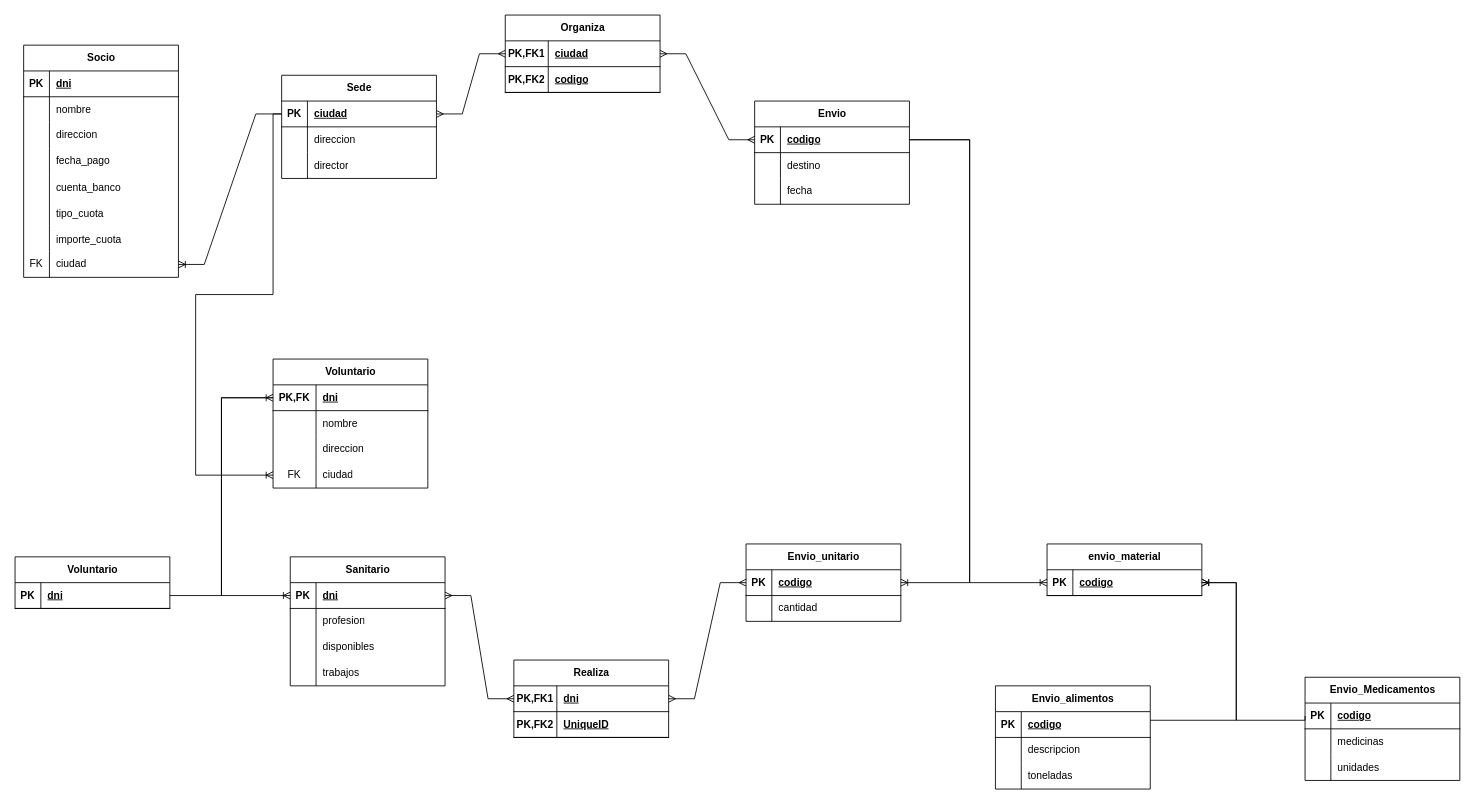
This is tema7/Ejercicios/Ejercicio7.drawio from Fjalc99/base_de_datos, a draw.io file, before an edit. Source tidied: cells renumbered, new cells numbered last; positions are measured from the earlier drawing's top-left corner, leaving out a move shared by most shapes. Both pictures are drawn from the tidied source at 86%, with x=0, y=0 at pixel (15, 15).
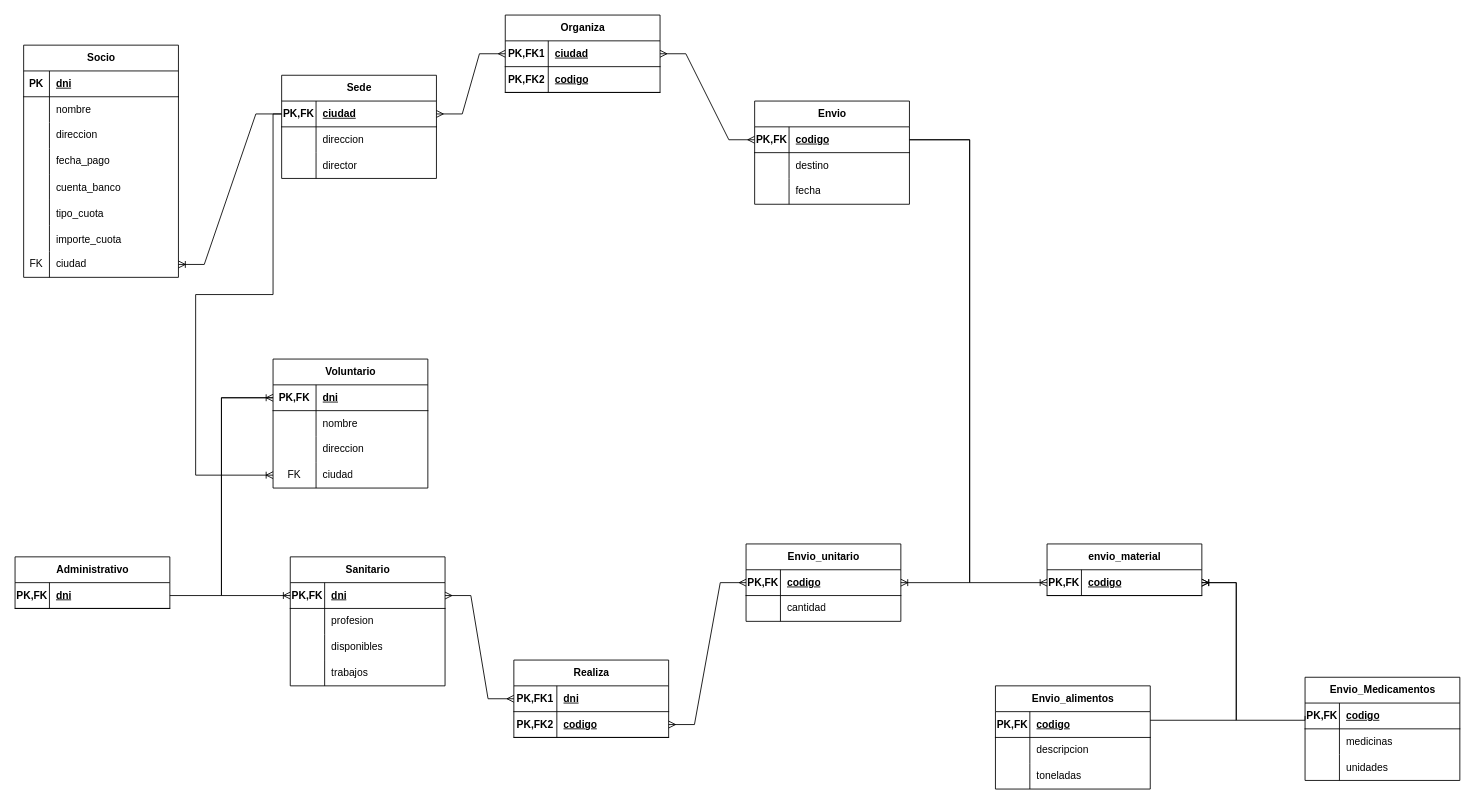
The same diagram, later.

Unchanged cells that the change refers to:
```xml
<mxCell id="3" style="shape=tableRow;horizontal=0;startSize=0;swimlaneHead=0;swimlaneBody=0;fillColor=none;points=[[0,0.5],[1,0.5]];portConstraint=eastwest;top=0;left=0;right=0;bottom=1;" parent="2" vertex="1">
  <mxGeometry y="30" width="180" height="30" as="geometry" />
</mxCell>
<mxCell id="6" style="shape=tableRow;horizontal=0;startSize=0;swimlaneHead=0;swimlaneBody=0;fillColor=none;top=0;left=0;right=0;bottom=0;" parent="2" vertex="1">
  <mxGeometry y="60" width="180" height="30" as="geometry" />
</mxCell>
<mxCell id="9" style="shape=tableRow;horizontal=0;startSize=0;swimlaneHead=0;swimlaneBody=0;fillColor=none;top=0;left=0;right=0;bottom=0;" parent="2" vertex="1">
  <mxGeometry y="90" width="180" height="30" as="geometry" />
</mxCell>
<mxCell id="38" style="shape=tableRow;horizontal=0;startSize=0;swimlaneHead=0;swimlaneBody=0;fillColor=none;points=[[0,0.5],[1,0.5]];portConstraint=eastwest;top=0;left=0;right=0;bottom=1;" parent="37" vertex="1">
  <mxGeometry y="30" width="180" height="30" as="geometry" />
</mxCell>
<mxCell id="41" style="shape=tableRow;horizontal=0;startSize=0;swimlaneHead=0;swimlaneBody=0;fillColor=none;top=0;left=0;right=0;bottom=0;" parent="37" vertex="1">
  <mxGeometry y="60" width="180" height="30" as="geometry" />
</mxCell>
<mxCell id="44" style="shape=tableRow;horizontal=0;startSize=0;swimlaneHead=0;swimlaneBody=0;fillColor=none;top=0;left=0;right=0;bottom=0;" parent="37" vertex="1">
  <mxGeometry y="90" width="180" height="30" as="geometry" />
</mxCell>
<mxCell id="55" style="shape=tableRow;horizontal=0;startSize=0;swimlaneHead=0;swimlaneBody=0;fillColor=none;points=[[0,0.5],[1,0.5]];portConstraint=eastwest;top=0;left=0;right=0;bottom=1;" parent="54" vertex="1">
  <mxGeometry y="30" width="180" height="30" as="geometry" />
</mxCell>
<mxCell id="58" style="shape=tableRow;horizontal=0;startSize=0;swimlaneHead=0;swimlaneBody=0;fillColor=none;top=0;left=0;right=0;bottom=0;" parent="54" vertex="1">
  <mxGeometry y="60" width="180" height="30" as="geometry" />
</mxCell>
<mxCell id="62" style="shape=tableRow;horizontal=0;startSize=0;swimlaneHead=0;swimlaneBody=0;fillColor=none;points=[[0,0.5],[1,0.5]];portConstraint=eastwest;top=0;left=0;right=0;bottom=1;" parent="61" vertex="1">
  <mxGeometry y="30" width="180" height="30" as="geometry" />
</mxCell>
<mxCell id="79" style="shape=tableRow;horizontal=0;startSize=0;swimlaneHead=0;swimlaneBody=0;fillColor=none;points=[[0,0.5],[1,0.5]];portConstraint=eastwest;top=0;left=0;right=0;bottom=1;" parent="78" vertex="1">
  <mxGeometry y="30" width="180" height="30" as="geometry" />
</mxCell>
<mxCell id="82" style="shape=tableRow;horizontal=0;startSize=0;swimlaneHead=0;swimlaneBody=0;fillColor=none;top=0;left=0;right=0;bottom=0;" parent="78" vertex="1">
  <mxGeometry y="60" width="180" height="30" as="geometry" />
</mxCell>
<mxCell id="85" style="shape=tableRow;horizontal=0;startSize=0;swimlaneHead=0;swimlaneBody=0;fillColor=none;top=0;left=0;right=0;bottom=0;" parent="78" vertex="1">
  <mxGeometry y="90" width="180" height="30" as="geometry" />
</mxCell>
<mxCell id="88" style="shape=tableRow;horizontal=0;startSize=0;swimlaneHead=0;swimlaneBody=0;fillColor=none;top=0;left=0;right=0;bottom=0;" parent="78" vertex="1">
  <mxGeometry y="120" width="180" height="30" as="geometry" />
</mxCell>
<mxCell id="92" style="shape=tableRow;horizontal=0;startSize=0;swimlaneHead=0;swimlaneBody=0;fillColor=none;points=[[0,0.5],[1,0.5]];portConstraint=eastwest;top=0;left=0;right=0;bottom=1;" parent="91" vertex="1">
  <mxGeometry y="30" width="180" height="30" as="geometry" />
</mxCell>
<mxCell id="95" style="shape=tableRow;horizontal=0;startSize=0;swimlaneHead=0;swimlaneBody=0;fillColor=none;points=[[0,0.5],[1,0.5]];portConstraint=eastwest;top=0;left=0;right=0;bottom=1;" parent="91" vertex="1">
  <mxGeometry y="60" width="180" height="30" as="geometry" />
</mxCell>
<mxCell id="108" style="shape=tableRow;horizontal=0;startSize=0;swimlaneHead=0;swimlaneBody=0;fillColor=none;points=[[0,0.5],[1,0.5]];portConstraint=eastwest;top=0;left=0;right=0;bottom=1;" parent="107" vertex="1">
  <mxGeometry y="30" width="180" height="30" as="geometry" />
</mxCell>
<mxCell id="113" style="shape=tableRow;horizontal=0;startSize=0;swimlaneHead=0;swimlaneBody=0;fillColor=none;points=[[0,0.5],[1,0.5]];portConstraint=eastwest;top=0;left=0;right=0;bottom=1;" parent="112" vertex="1">
  <mxGeometry y="30" width="180" height="30" as="geometry" />
</mxCell>
<mxCell id="116" style="shape=tableRow;horizontal=0;startSize=0;swimlaneHead=0;swimlaneBody=0;fillColor=none;top=0;left=0;right=0;bottom=0;" parent="112" vertex="1">
  <mxGeometry y="60" width="180" height="30" as="geometry" />
</mxCell>
<mxCell id="119" style="shape=tableRow;horizontal=0;startSize=0;swimlaneHead=0;swimlaneBody=0;fillColor=none;top=0;left=0;right=0;bottom=0;" parent="112" vertex="1">
  <mxGeometry y="90" width="180" height="30" as="geometry" />
</mxCell>
<mxCell id="123" style="shape=tableRow;horizontal=0;startSize=0;swimlaneHead=0;swimlaneBody=0;fillColor=none;points=[[0,0.5],[1,0.5]];portConstraint=eastwest;top=0;left=0;right=0;bottom=1;" parent="122" vertex="1">
  <mxGeometry y="30" width="180" height="30" as="geometry" />
</mxCell>
<mxCell id="126" style="shape=tableRow;horizontal=0;startSize=0;swimlaneHead=0;swimlaneBody=0;fillColor=none;top=0;left=0;right=0;bottom=0;" parent="122" vertex="1">
  <mxGeometry y="60" width="180" height="30" as="geometry" />
</mxCell>
<mxCell id="129" style="shape=tableRow;horizontal=0;startSize=0;swimlaneHead=0;swimlaneBody=0;fillColor=none;top=0;left=0;right=0;bottom=0;" parent="122" vertex="1">
  <mxGeometry y="90" width="180" height="30" as="geometry" />
</mxCell>
```

What changed in the source:
```diff
@@
-    <mxCell id="4" value="PK" style="shape=partialRectangle;fillColor=none;top=0;left=0;bottom=0;right=0;fontStyle=1;overflow=hidden;whiteSpace=wrap;html=1;" parent="3" vertex="1">
-      <mxGeometry width="30" height="30" as="geometry" />
+    <mxCell id="4" value="PK,FK" style="shape=partialRectangle;fillColor=none;top=0;left=0;bottom=0;right=0;fontStyle=1;overflow=hidden;whiteSpace=wrap;html=1;" parent="3" vertex="1">
+      <mxGeometry width="40" height="30" as="geometry" />
     </mxCell>
     <mxCell id="5" value="ciudad" style="shape=partialRectangle;fillColor=none;top=0;left=0;bottom=0;right=0;align=left;spacingLeft=6;fontStyle=5;overflow=hidden;whiteSpace=wrap;html=1;" parent="3" vertex="1">
-      <mxGeometry x="30" width="150" height="30" as="geometry" />
+      <mxGeometry x="40" width="140" height="30" as="geometry" />
     </mxCell>
@@
     <mxCell id="7" style="shape=partialRectangle;fillColor=none;top=0;left=0;bottom=0;right=0;overflow=hidden;whiteSpace=wrap;html=1;" parent="6" vertex="1">
-      <mxGeometry width="30" height="30" as="geometry" />
+      <mxGeometry width="40" height="30" as="geometry" />
     </mxCell>
     <mxCell id="8" value="direccion" style="shape=partialRectangle;fillColor=none;top=0;left=0;bottom=0;right=0;align=left;spacingLeft=6;overflow=hidden;whiteSpace=wrap;html=1;" parent="6" vertex="1">
-      <mxGeometry x="30" width="150" height="30" as="geometry" />
+      <mxGeometry x="40" width="140" height="30" as="geometry" />
     </mxCell>
@@
     <mxCell id="10" style="shape=partialRectangle;fillColor=none;top=0;left=0;bottom=0;right=0;overflow=hidden;whiteSpace=wrap;html=1;" parent="9" vertex="1">
-      <mxGeometry width="30" height="30" as="geometry" />
+      <mxGeometry width="40" height="30" as="geometry" />
     </mxCell>
     <mxCell id="11" value="director" style="shape=partialRectangle;fillColor=none;top=0;left=0;bottom=0;right=0;align=left;spacingLeft=6;overflow=hidden;whiteSpace=wrap;html=1;" parent="9" vertex="1">
-      <mxGeometry x="30" width="150" height="30" as="geometry" />
+      <mxGeometry x="40" width="140" height="30" as="geometry" />
     </mxCell>
@@
-    <mxCell id="39" value="PK" style="shape=partialRectangle;fillColor=none;top=0;left=0;bottom=0;right=0;fontStyle=1;overflow=hidden;whiteSpace=wrap;html=1;" parent="38" vertex="1">
-      <mxGeometry width="30" height="30" as="geometry" />
+    <mxCell id="39" value="PK,FK" style="shape=partialRectangle;fillColor=none;top=0;left=0;bottom=0;right=0;fontStyle=1;overflow=hidden;whiteSpace=wrap;html=1;" parent="38" vertex="1">
+      <mxGeometry width="40" height="30" as="geometry" />
     </mxCell>
     <mxCell id="40" value="codigo" style="shape=partialRectangle;fillColor=none;top=0;left=0;bottom=0;right=0;align=left;spacingLeft=6;fontStyle=5;overflow=hidden;whiteSpace=wrap;html=1;" parent="38" vertex="1">
-      <mxGeometry x="30" width="150" height="30" as="geometry" />
+      <mxGeometry x="40" width="140" height="30" as="geometry" />
     </mxCell>
@@
     <mxCell id="42" style="shape=partialRectangle;fillColor=none;top=0;left=0;bottom=0;right=0;overflow=hidden;whiteSpace=wrap;html=1;" parent="41" vertex="1">
-      <mxGeometry width="30" height="30" as="geometry" />
+      <mxGeometry width="40" height="30" as="geometry" />
     </mxCell>
     <mxCell id="43" value="destino" style="shape=partialRectangle;fillColor=none;top=0;left=0;bottom=0;right=0;align=left;spacingLeft=6;overflow=hidden;whiteSpace=wrap;html=1;" parent="41" vertex="1">
-      <mxGeometry x="30" width="150" height="30" as="geometry" />
+      <mxGeometry x="40" width="140" height="30" as="geometry" />
     </mxCell>
@@
     <mxCell id="45" style="shape=partialRectangle;fillColor=none;top=0;left=0;bottom=0;right=0;overflow=hidden;whiteSpace=wrap;html=1;" parent="44" vertex="1">
-      <mxGeometry width="30" height="30" as="geometry" />
+      <mxGeometry width="40" height="30" as="geometry" />
     </mxCell>
     <mxCell id="46" value="fecha" style="shape=partialRectangle;fillColor=none;top=0;left=0;bottom=0;right=0;align=left;spacingLeft=6;overflow=hidden;whiteSpace=wrap;html=1;" parent="44" vertex="1">
-      <mxGeometry x="30" width="150" height="30" as="geometry" />
+      <mxGeometry x="40" width="140" height="30" as="geometry" />
     </mxCell>
@@
-    <mxCell id="56" value="PK" style="shape=partialRectangle;fillColor=none;top=0;left=0;bottom=0;right=0;fontStyle=1;overflow=hidden;whiteSpace=wrap;html=1;" parent="55" vertex="1">
-      <mxGeometry width="30" height="30" as="geometry" />
+    <mxCell id="56" value="PK,FK" style="shape=partialRectangle;fillColor=none;top=0;left=0;bottom=0;right=0;fontStyle=1;overflow=hidden;whiteSpace=wrap;html=1;" parent="55" vertex="1">
+      <mxGeometry width="40" height="30" as="geometry" />
     </mxCell>
     <mxCell id="57" value="codigo" style="shape=partialRectangle;fillColor=none;top=0;left=0;bottom=0;right=0;align=left;spacingLeft=6;fontStyle=5;overflow=hidden;whiteSpace=wrap;html=1;" parent="55" vertex="1">
-      <mxGeometry x="30" width="150" height="30" as="geometry" />
+      <mxGeometry x="40" width="140" height="30" as="geometry" />
     </mxCell>
@@
     <mxCell id="59" style="shape=partialRectangle;fillColor=none;top=0;left=0;bottom=0;right=0;overflow=hidden;whiteSpace=wrap;html=1;" parent="58" vertex="1">
-      <mxGeometry width="30" height="30" as="geometry" />
+      <mxGeometry width="40" height="30" as="geometry" />
     </mxCell>
     <mxCell id="60" value="cantidad" style="shape=partialRectangle;fillColor=none;top=0;left=0;bottom=0;right=0;align=left;spacingLeft=6;overflow=hidden;whiteSpace=wrap;html=1;" parent="58" vertex="1">
-      <mxGeometry x="30" width="150" height="30" as="geometry" />
+      <mxGeometry x="40" width="140" height="30" as="geometry" />
     </mxCell>
-    <mxCell id="61" value="Voluntario" style="shape=table;startSize=30;childLayout=tableLayout;rowLines=0;fontStyle=1;align=center;html=1;" parent="1" vertex="1">
+    <mxCell id="61" value="Administrativo" style="shape=table;startSize=30;childLayout=tableLayout;rowLines=0;fontStyle=1;align=center;html=1;" parent="1" vertex="1">
       <mxGeometry y="630" width="180" height="60" as="geometry" />
     </mxCell>
@@
-    <mxCell id="63" value="PK" style="shape=partialRectangle;fillColor=none;top=0;left=0;bottom=0;right=0;fontStyle=1;overflow=hidden;whiteSpace=wrap;html=1;" parent="62" vertex="1">
-      <mxGeometry width="30" height="30" as="geometry" />
+    <mxCell id="63" value="PK,FK" style="shape=partialRectangle;fillColor=none;top=0;left=0;bottom=0;right=0;fontStyle=1;overflow=hidden;whiteSpace=wrap;html=1;" parent="62" vertex="1">
+      <mxGeometry width="40" height="30" as="geometry" />
     </mxCell>
     <mxCell id="64" value="dni" style="shape=partialRectangle;fillColor=none;top=0;left=0;bottom=0;right=0;align=left;spacingLeft=6;fontStyle=5;overflow=hidden;whiteSpace=wrap;html=1;" parent="62" vertex="1">
-      <mxGeometry x="30" width="150" height="30" as="geometry" />
+      <mxGeometry x="40" width="140" height="30" as="geometry" />
     </mxCell>
@@
-    <mxCell id="80" value="PK" style="shape=partialRectangle;fillColor=none;top=0;left=0;bottom=0;right=0;fontStyle=1;overflow=hidden;whiteSpace=wrap;html=1;" parent="79" vertex="1">
-      <mxGeometry width="30" height="30" as="geometry" />
+    <mxCell id="80" value="PK,FK" style="shape=partialRectangle;fillColor=none;top=0;left=0;bottom=0;right=0;fontStyle=1;overflow=hidden;whiteSpace=wrap;html=1;" parent="79" vertex="1">
+      <mxGeometry width="40" height="30" as="geometry" />
     </mxCell>
     <mxCell id="81" value="dni" style="shape=partialRectangle;fillColor=none;top=0;left=0;bottom=0;right=0;align=left;spacingLeft=6;fontStyle=5;overflow=hidden;whiteSpace=wrap;html=1;" parent="79" vertex="1">
-      <mxGeometry x="30" width="150" height="30" as="geometry" />
+      <mxGeometry x="40" width="140" height="30" as="geometry" />
     </mxCell>
@@
     <mxCell id="83" style="shape=partialRectangle;fillColor=none;top=0;left=0;bottom=0;right=0;overflow=hidden;whiteSpace=wrap;html=1;" parent="82" vertex="1">
-      <mxGeometry width="30" height="30" as="geometry" />
+      <mxGeometry width="40" height="30" as="geometry" />
     </mxCell>
     <mxCell id="84" value="profesion" style="shape=partialRectangle;fillColor=none;top=0;left=0;bottom=0;right=0;align=left;spacingLeft=6;overflow=hidden;whiteSpace=wrap;html=1;" parent="82" vertex="1">
-      <mxGeometry x="30" width="150" height="30" as="geometry" />
+      <mxGeometry x="40" width="140" height="30" as="geometry" />
     </mxCell>
@@
     <mxCell id="86" style="shape=partialRectangle;fillColor=none;top=0;left=0;bottom=0;right=0;overflow=hidden;whiteSpace=wrap;html=1;" parent="85" vertex="1">
-      <mxGeometry width="30" height="30" as="geometry" />
+      <mxGeometry width="40" height="30" as="geometry" />
     </mxCell>
     <mxCell id="87" value="disponibles" style="shape=partialRectangle;fillColor=none;top=0;left=0;bottom=0;right=0;align=left;spacingLeft=6;overflow=hidden;whiteSpace=wrap;html=1;" parent="85" vertex="1">
-      <mxGeometry x="30" width="150" height="30" as="geometry" />
+      <mxGeometry x="40" width="140" height="30" as="geometry" />
     </mxCell>
@@
     <mxCell id="89" style="shape=partialRectangle;fillColor=none;top=0;left=0;bottom=0;right=0;overflow=hidden;whiteSpace=wrap;html=1;" parent="88" vertex="1">
-      <mxGeometry width="30" height="30" as="geometry" />
+      <mxGeometry width="40" height="30" as="geometry" />
     </mxCell>
     <mxCell id="90" value="trabajos" style="shape=partialRectangle;fillColor=none;top=0;left=0;bottom=0;right=0;align=left;spacingLeft=6;overflow=hidden;whiteSpace=wrap;html=1;" parent="88" vertex="1">
-      <mxGeometry x="30" width="150" height="30" as="geometry" />
+      <mxGeometry x="40" width="140" height="30" as="geometry" />
     </mxCell>
@@
-    <mxCell id="97" value="UniqueID" style="shape=partialRectangle;fillColor=none;top=0;left=0;bottom=0;right=0;align=left;spacingLeft=6;fontStyle=5;overflow=hidden;whiteSpace=wrap;html=1;" parent="95" vertex="1">
+    <mxCell id="97" value="codigo" style="shape=partialRectangle;fillColor=none;top=0;left=0;bottom=0;right=0;align=left;spacingLeft=6;fontStyle=5;overflow=hidden;whiteSpace=wrap;html=1;" parent="95" vertex="1">
       <mxGeometry x="50" width="130" height="30" as="geometry" />
     </mxCell>
@@
-    <mxCell id="105" style="edgeStyle=entityRelationEdgeStyle;fontSize=12;html=1;endArrow=ERmany;startArrow=ERmany;rounded=0;" parent="1" edge="1" source="92" target="55">
+    <mxCell id="105" style="edgeStyle=entityRelationEdgeStyle;fontSize=12;html=1;endArrow=ERmany;startArrow=ERmany;rounded=0;" parent="1" edge="1" source="95" target="55">
       <mxGeometry relative="1" as="geometry" />
     </mxCell>
@@
-    <mxCell id="109" value="PK" style="shape=partialRectangle;fillColor=none;top=0;left=0;bottom=0;right=0;fontStyle=1;overflow=hidden;whiteSpace=wrap;html=1;" parent="108" vertex="1">
-      <mxGeometry width="30" height="30" as="geometry" />
+    <mxCell id="109" value="PK,FK" style="shape=partialRectangle;fillColor=none;top=0;left=0;bottom=0;right=0;fontStyle=1;overflow=hidden;whiteSpace=wrap;html=1;" parent="108" vertex="1">
+      <mxGeometry width="40" height="30" as="geometry" />
     </mxCell>
     <mxCell id="110" value="codigo" style="shape=partialRectangle;fillColor=none;top=0;left=0;bottom=0;right=0;align=left;spacingLeft=6;fontStyle=5;overflow=hidden;whiteSpace=wrap;html=1;" parent="108" vertex="1">
-      <mxGeometry x="30" width="150" height="30" as="geometry" />
+      <mxGeometry x="40" width="140" height="30" as="geometry" />
     </mxCell>
@@
-    <mxCell id="114" value="PK" style="shape=partialRectangle;fillColor=none;top=0;left=0;bottom=0;right=0;fontStyle=1;overflow=hidden;whiteSpace=wrap;html=1;" parent="113" vertex="1">
-      <mxGeometry width="30" height="30" as="geometry" />
+    <mxCell id="114" value="PK,FK" style="shape=partialRectangle;fillColor=none;top=0;left=0;bottom=0;right=0;fontStyle=1;overflow=hidden;whiteSpace=wrap;html=1;" parent="113" vertex="1">
+      <mxGeometry width="40" height="30" as="geometry" />
     </mxCell>
     <mxCell id="115" value="codigo" style="shape=partialRectangle;fillColor=none;top=0;left=0;bottom=0;right=0;align=left;spacingLeft=6;fontStyle=5;overflow=hidden;whiteSpace=wrap;html=1;" parent="113" vertex="1">
-      <mxGeometry x="30" width="150" height="30" as="geometry" />
+      <mxGeometry x="40" width="140" height="30" as="geometry" />
     </mxCell>
@@
     <mxCell id="117" style="shape=partialRectangle;fillColor=none;top=0;left=0;bottom=0;right=0;overflow=hidden;whiteSpace=wrap;html=1;" parent="116" vertex="1">
-      <mxGeometry width="30" height="30" as="geometry" />
+      <mxGeometry width="40" height="30" as="geometry" />
     </mxCell>
     <mxCell id="118" value="descripcion" style="shape=partialRectangle;fillColor=none;top=0;left=0;bottom=0;right=0;align=left;spacingLeft=6;overflow=hidden;whiteSpace=wrap;html=1;" parent="116" vertex="1">
-      <mxGeometry x="30" width="150" height="30" as="geometry" />
+      <mxGeometry x="40" width="140" height="30" as="geometry" />
     </mxCell>
@@
     <mxCell id="120" style="shape=partialRectangle;fillColor=none;top=0;left=0;bottom=0;right=0;overflow=hidden;whiteSpace=wrap;html=1;" parent="119" vertex="1">
-      <mxGeometry width="30" height="30" as="geometry" />
+      <mxGeometry width="40" height="30" as="geometry" />
     </mxCell>
     <mxCell id="121" value="toneladas" style="shape=partialRectangle;fillColor=none;top=0;left=0;bottom=0;right=0;align=left;spacingLeft=6;overflow=hidden;whiteSpace=wrap;html=1;" parent="119" vertex="1">
-      <mxGeometry x="30" width="150" height="30" as="geometry" />
+      <mxGeometry x="40" width="140" height="30" as="geometry" />
     </mxCell>
@@
-    <mxCell id="124" value="PK" style="shape=partialRectangle;fillColor=none;top=0;left=0;bottom=0;right=0;fontStyle=1;overflow=hidden;whiteSpace=wrap;html=1;" parent="123" vertex="1">
-      <mxGeometry width="30" height="30" as="geometry" />
+    <mxCell id="124" value="PK,FK" style="shape=partialRectangle;fillColor=none;top=0;left=0;bottom=0;right=0;fontStyle=1;overflow=hidden;whiteSpace=wrap;html=1;" parent="123" vertex="1">
+      <mxGeometry width="40" height="30" as="geometry" />
     </mxCell>
     <mxCell id="125" value="codigo" style="shape=partialRectangle;fillColor=none;top=0;left=0;bottom=0;right=0;align=left;spacingLeft=6;fontStyle=5;overflow=hidden;whiteSpace=wrap;html=1;" parent="123" vertex="1">
-      <mxGeometry x="30" width="150" height="30" as="geometry" />
+      <mxGeometry x="40" width="140" height="30" as="geometry" />
     </mxCell>
@@
     <mxCell id="127" style="shape=partialRectangle;fillColor=none;top=0;left=0;bottom=0;right=0;overflow=hidden;whiteSpace=wrap;html=1;" parent="126" vertex="1">
-      <mxGeometry width="30" height="30" as="geometry" />
+      <mxGeometry width="40" height="30" as="geometry" />
     </mxCell>
     <mxCell id="128" value="medicinas" style="shape=partialRectangle;fillColor=none;top=0;left=0;bottom=0;right=0;align=left;spacingLeft=6;overflow=hidden;whiteSpace=wrap;html=1;" parent="126" vertex="1">
-      <mxGeometry x="30" width="150" height="30" as="geometry" />
+      <mxGeometry x="40" width="140" height="30" as="geometry" />
     </mxCell>
@@
     <mxCell id="130" style="shape=partialRectangle;fillColor=none;top=0;left=0;bottom=0;right=0;overflow=hidden;whiteSpace=wrap;html=1;" parent="129" vertex="1">
-      <mxGeometry width="30" height="30" as="geometry" />
+      <mxGeometry width="40" height="30" as="geometry" />
     </mxCell>
     <mxCell id="131" value="unidades" style="shape=partialRectangle;fillColor=none;top=0;left=0;bottom=0;right=0;align=left;spacingLeft=6;overflow=hidden;whiteSpace=wrap;html=1;" parent="129" vertex="1">
-      <mxGeometry x="30" width="150" height="30" as="geometry" />
+      <mxGeometry x="40" width="140" height="30" as="geometry" />
     </mxCell>
```
